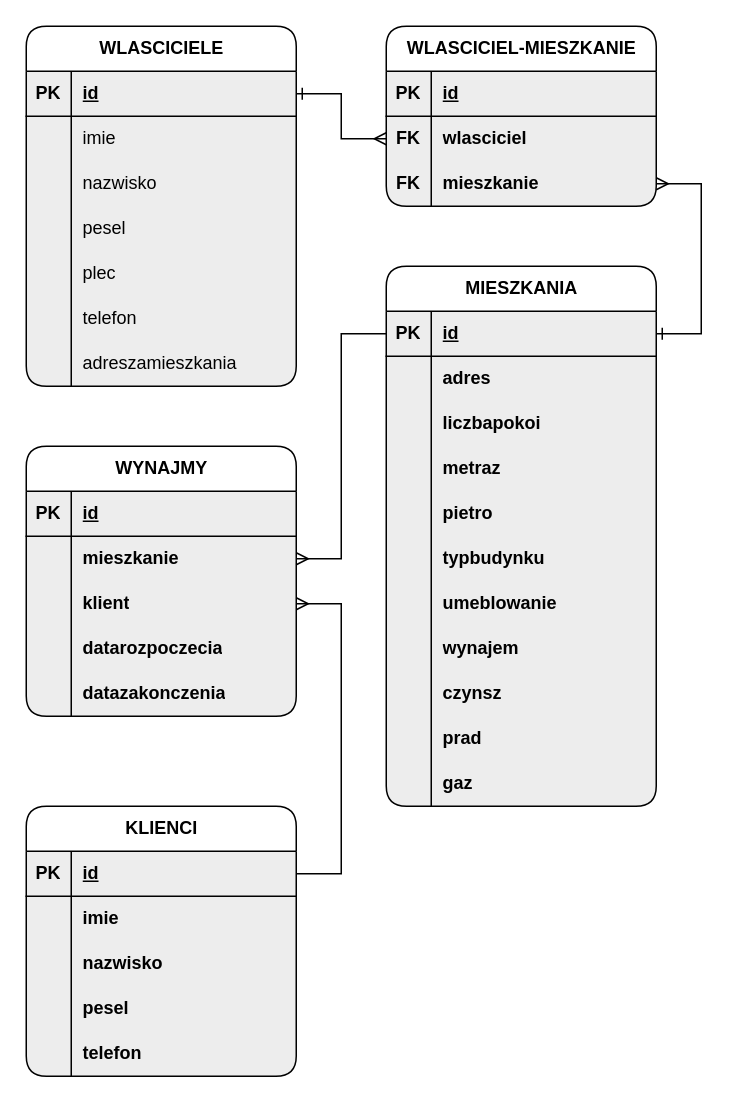
pawelgithub9/projekt_baza_danych keeps this draw.io diagram as agencja_wynajmu_mieszkan.drawio. Above is the earlier version. Source tidied: cells renumbered, new cells numbered last; positions are measured from the earlier drawing's top-left corner, leaving out a move shared by most shapes. Both pictures are drawn from the tidied source at 150%, with x=0, y=0 at pixel (26, 26).
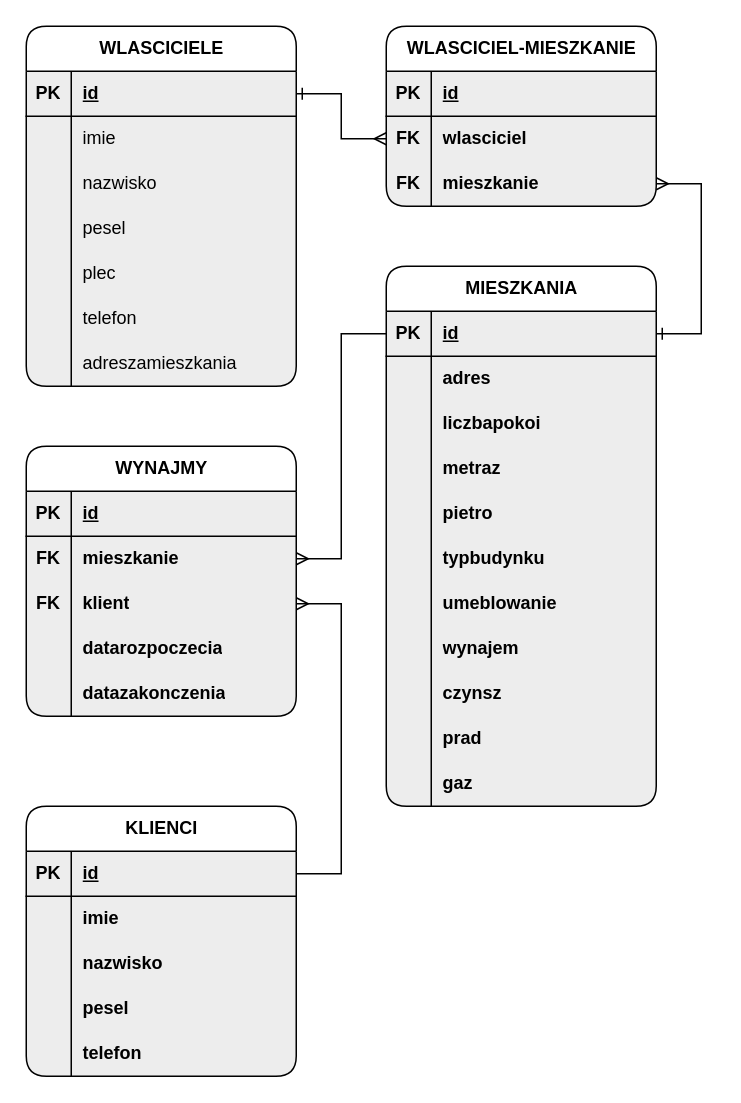
Above is the later version.

Unchanged cells that the change refers to:
```xml
<mxCell id="78" style="shape=tableRow;horizontal=0;startSize=0;swimlaneHead=0;swimlaneBody=0;fillColor=none;points=[[0,0.5],[1,0.5]];portConstraint=eastwest;top=0;left=0;right=0;bottom=0;rounded=1;shadow=0;strokeColor=default;align=center;verticalAlign=middle;swimlaneFillColor=#EDEDED;fontFamily=Helvetica;fontSize=12;fontColor=default;fontStyle=1;" parent="74" vertex="1">
  <mxGeometry y="60" width="180" height="30" as="geometry" />
</mxCell>
<mxCell id="81" style="shape=tableRow;horizontal=0;startSize=0;swimlaneHead=0;swimlaneBody=0;fillColor=none;points=[[0,0.5],[1,0.5]];portConstraint=eastwest;top=0;left=0;right=0;bottom=0;rounded=1;shadow=0;strokeColor=default;align=center;verticalAlign=middle;swimlaneFillColor=#EDEDED;fontFamily=Helvetica;fontSize=12;fontColor=default;fontStyle=1;" parent="74" vertex="1">
  <mxGeometry y="90" width="180" height="30" as="geometry" />
</mxCell>
```

What changed in the source:
```diff
@@
-    <mxCell id="79" style="shape=partialRectangle;fillColor=none;top=0;left=0;bottom=0;right=0;overflow=hidden;whiteSpace=wrap;html=1;rounded=1;shadow=0;strokeColor=default;align=center;verticalAlign=middle;swimlaneFillColor=#EDEDED;fontFamily=Helvetica;fontSize=12;fontColor=default;fontStyle=1;" parent="78" vertex="1">
+    <mxCell id="79" value="FK" style="shape=partialRectangle;fillColor=none;top=0;left=0;bottom=0;right=0;overflow=hidden;whiteSpace=wrap;html=1;rounded=1;shadow=0;strokeColor=default;align=center;verticalAlign=middle;swimlaneFillColor=#EDEDED;fontFamily=Helvetica;fontSize=12;fontColor=default;fontStyle=1;" parent="78" vertex="1">
       <mxGeometry width="30" height="30" as="geometry" />
     </mxCell>
@@
-    <mxCell id="82" style="shape=partialRectangle;fillColor=none;top=0;left=0;bottom=0;right=0;overflow=hidden;whiteSpace=wrap;html=1;rounded=1;shadow=0;strokeColor=default;align=center;verticalAlign=middle;swimlaneFillColor=#EDEDED;fontFamily=Helvetica;fontSize=12;fontColor=default;fontStyle=1;" parent="81" vertex="1">
+    <mxCell id="82" value="FK" style="shape=partialRectangle;fillColor=none;top=0;left=0;bottom=0;right=0;overflow=hidden;whiteSpace=wrap;html=1;rounded=1;shadow=0;strokeColor=default;align=center;verticalAlign=middle;swimlaneFillColor=#EDEDED;fontFamily=Helvetica;fontSize=12;fontColor=default;fontStyle=1;" parent="81" vertex="1">
       <mxGeometry width="30" height="30" as="geometry" />
     </mxCell>
```
